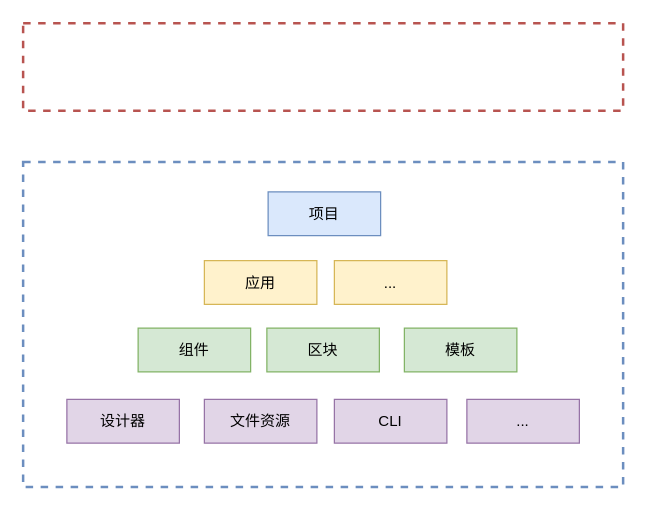
Earlier version of the draw.io diagram 低代码——金字塔结构成果复用.drawio (tangyaosimida/love). Source tidied: cells renumbered, new cells numbered last; positions are measured from the earlier drawing's top-left corner, leaving out a move shared by most shapes. Both pictures are drawn from the tidied source at 125%, with x=0, y=0 at pixel (22, 22).
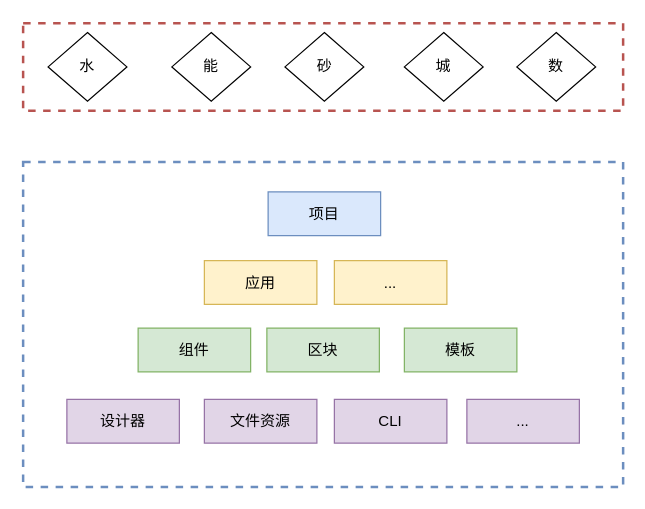
After the change.

Commit message (it also covers changes not shown here):
更新低代码——金字塔结构成果复用.drawio

Change to the diagram source:
```diff
@@
 <mxGraphModel>
   <root>
     <mxCell id="0" />
     <mxCell id="1" parent="0" />
     <mxCell id="2" style="rounded=0;whiteSpace=wrap;html=1;fillColor=none;strokeColor=#b85450;strokeWidth=2;dashed=1;" parent="1" vertex="1">
       <mxGeometry width="480" height="70" as="geometry" />
     </mxCell>
     <mxCell id="3" style="rounded=0;whiteSpace=wrap;html=1;fillColor=none;strokeColor=#6c8ebf;dashed=1;strokeWidth=2;" parent="1" vertex="1">
       <mxGeometry y="111" width="480" height="260" as="geometry" />
     </mxCell>
     <mxCell id="4" value="设计器" style="rounded=0;whiteSpace=wrap;html=1;fillColor=#e1d5e7;strokeColor=#9673a6;" parent="1" vertex="1">
       <mxGeometry x="35" y="301" width="90" height="35" as="geometry" />
     </mxCell>
     <mxCell id="5" value="文件资源" style="rounded=0;whiteSpace=wrap;html=1;fillColor=#e1d5e7;strokeColor=#9673a6;" parent="1" vertex="1">
       <mxGeometry x="145" y="301" width="90" height="35" as="geometry" />
     </mxCell>
     <mxCell id="6" value="CLI" style="rounded=0;whiteSpace=wrap;html=1;fillColor=#e1d5e7;strokeColor=#9673a6;" parent="1" vertex="1">
       <mxGeometry x="249" y="301" width="90" height="35" as="geometry" />
     </mxCell>
     <mxCell id="7" value="..." style="rounded=0;whiteSpace=wrap;html=1;fillColor=#e1d5e7;strokeColor=#9673a6;" parent="1" vertex="1">
       <mxGeometry x="355" y="301" width="90" height="35" as="geometry" />
     </mxCell>
     <mxCell id="8" value="组件" style="rounded=0;whiteSpace=wrap;html=1;fillColor=#d5e8d4;strokeColor=#82b366;" parent="1" vertex="1">
       <mxGeometry x="92" y="244" width="90" height="35" as="geometry" />
     </mxCell>
     <mxCell id="9" value="区块" style="rounded=0;whiteSpace=wrap;html=1;fillColor=#d5e8d4;strokeColor=#82b366;" parent="1" vertex="1">
       <mxGeometry x="195" y="244" width="90" height="35" as="geometry" />
     </mxCell>
     <mxCell id="10" value="模板" style="rounded=0;whiteSpace=wrap;html=1;fillColor=#d5e8d4;strokeColor=#82b366;" parent="1" vertex="1">
       <mxGeometry x="305" y="244" width="90" height="35" as="geometry" />
     </mxCell>
     <mxCell id="11" value="应用" style="rounded=0;whiteSpace=wrap;html=1;fillColor=#fff2cc;strokeColor=#d6b656;" parent="1" vertex="1">
       <mxGeometry x="145" y="190" width="90" height="35" as="geometry" />
     </mxCell>
     <mxCell id="12" value="..." style="rounded=0;whiteSpace=wrap;html=1;fillColor=#fff2cc;strokeColor=#d6b656;" parent="1" vertex="1">
       <mxGeometry x="249" y="190" width="90" height="35" as="geometry" />
     </mxCell>
     <mxCell id="13" value="项目" style="rounded=0;whiteSpace=wrap;html=1;fillColor=#dae8fc;strokeColor=#6c8ebf;" parent="1" vertex="1">
       <mxGeometry x="196" y="135" width="90" height="35" as="geometry" />
     </mxCell>
+    <mxCell id="14" value="水" style="rhombus;whiteSpace=wrap;html=1;" parent="1" vertex="1">
+      <mxGeometry x="20" y="7.5" width="63" height="55" as="geometry" />
+    </mxCell>
+    <mxCell id="15" value="砂" style="rhombus;whiteSpace=wrap;html=1;" parent="1" vertex="1">
+      <mxGeometry x="209.5" y="7.5" width="63" height="55" as="geometry" />
+    </mxCell>
+    <mxCell id="16" value="数" style="rhombus;whiteSpace=wrap;html=1;" parent="1" vertex="1">
+      <mxGeometry x="395" y="7.5" width="63" height="55" as="geometry" />
+    </mxCell>
+    <mxCell id="17" value="城" style="rhombus;whiteSpace=wrap;html=1;" parent="1" vertex="1">
+      <mxGeometry x="305" y="7.5" width="63" height="55" as="geometry" />
+    </mxCell>
+    <mxCell id="18" value="能" style="rhombus;whiteSpace=wrap;html=1;" parent="1" vertex="1">
+      <mxGeometry x="119" y="7.5" width="63" height="55" as="geometry" />
+    </mxCell>
   </root>
 </mxGraphModel>
```
